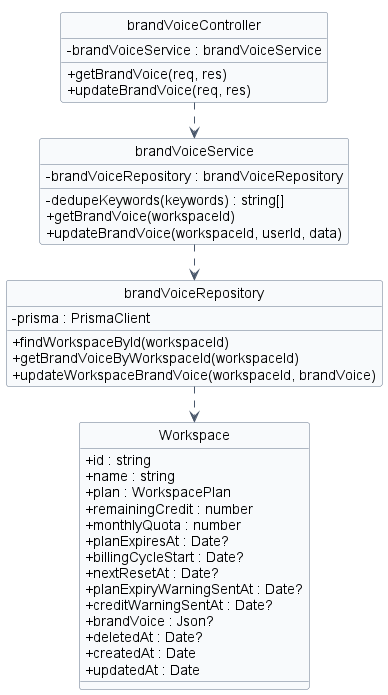
This is docs/diagrams/03-brandvoice.png from Pham-Hong-Ky/marka-capstone, a PlantUML export, as it was before one commit.
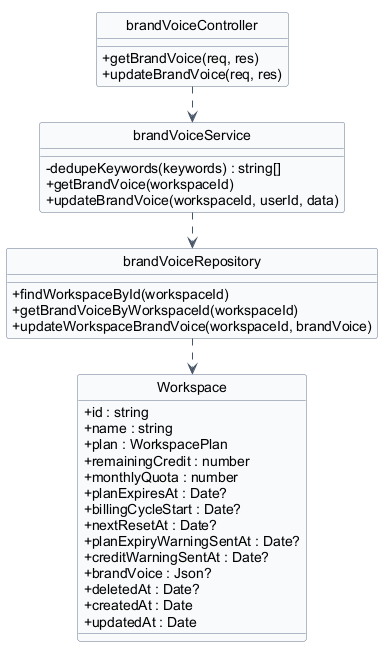
After the commit.

Diff of the diagram source:
```diff
@@ -33,20 +33,17 @@
 }
 
 class "brandVoiceController" as brandVoiceController {
-  - brandVoiceService : brandVoiceService
   + getBrandVoice(req, res)
   + updateBrandVoice(req, res)
 }
 
 class "brandVoiceService" as brandVoiceService {
-  - brandVoiceRepository : brandVoiceRepository
   - dedupeKeywords(keywords) : string[]
   + getBrandVoice(workspaceId)
   + updateBrandVoice(workspaceId, userId, data)
 }
 
 class "brandVoiceRepository" as brandVoiceRepository {
-  - prisma : PrismaClient
   + findWorkspaceById(workspaceId)
   + getBrandVoiceByWorkspaceId(workspaceId)
   + updateWorkspaceBrandVoice(workspaceId, brandVoice)
```
